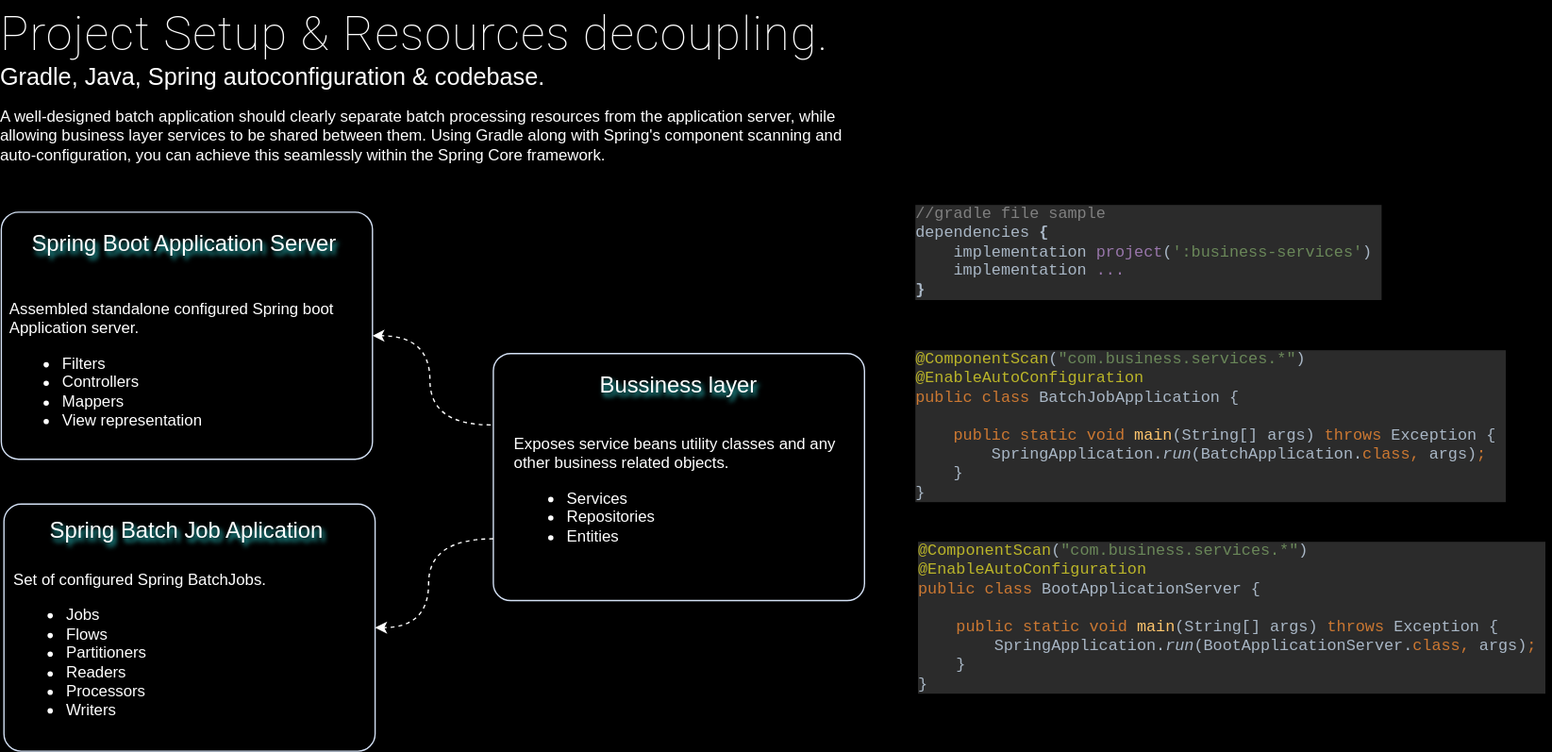
Earlier version of the draw.io export public/images/spring-batch-project-setup.drawio.svg (gsaukov/spring-batch-demo). Source tidied: cells renumbered, new cells last; positions are measured from the earlier drawing's top-left corner, leaving out a move shared by most shapes.
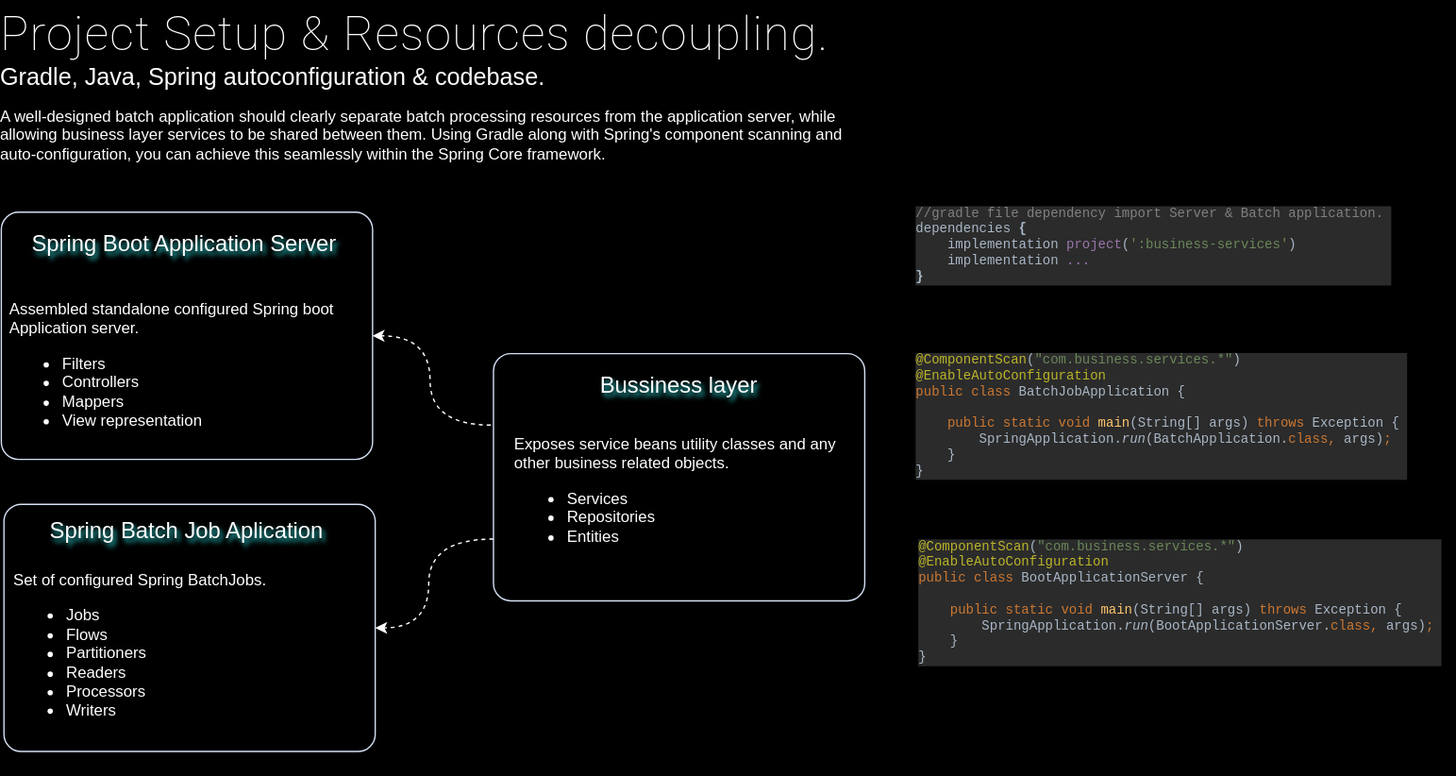
Above is the later version.

The edit, as a diff of the source:
```diff
@@ -35,7 +35,7 @@
       <mxGeometry x="20" y="377" width="242" height="50" as="geometry" />
     </mxCell>
     <mxCell id="11" value="&lt;p style=&quot;margin-top: 0px; margin-bottom: 0px;&quot;&gt;&lt;/p&gt;&lt;div&gt;Set of configured Spring BatchJobs.&lt;/div&gt;&lt;ul&gt;&lt;li&gt;Jobs&lt;/li&gt;&lt;li&gt;Flows&lt;/li&gt;&lt;li&gt;Partitioners&lt;/li&gt;&lt;li&gt;Readers&lt;/li&gt;&lt;li&gt;Processors&lt;/li&gt;&lt;li&gt;Writers&lt;/li&gt;&lt;/ul&gt;&lt;p&gt;&lt;/p&gt;" style="text;html=1;whiteSpace=wrap;overflow=hidden;rounded=0;fontColor=#FFFFFF;spacing=0;" parent="1" vertex="1">
-      <mxGeometry x="10" y="427" width="241.5" height="121" as="geometry" />
+      <mxGeometry x="10" y="427" width="241.5" height="155" as="geometry" />
     </mxCell>
     <mxCell id="12" value="&lt;h1 style=&quot;font-weight: 200; font-family: Roboto, &amp;quot;Helvetica Neue&amp;quot;, sans-serif; letter-spacing: 0.8px; background-color: rgb(0, 0, 0); margin-top: 0px; margin-bottom: 0px;&quot;&gt;Project Setup &amp;amp; Resources decoupling.&lt;/h1&gt;&lt;p style=&quot;margin-bottom: 0px; margin-top: 0px;&quot;&gt;Gradle, Java, Spring autoconfiguration &amp;amp; codebase.&lt;br style=&quot;font-size: 18px;&quot;&gt;&lt;/p&gt;" style="text;html=1;whiteSpace=wrap;overflow=hidden;rounded=0;fontColor=#FFFFFF;spacing=0;fontSize=18;" parent="1" vertex="1">
       <mxGeometry x="0.4" width="690.5" height="76" as="geometry" />
@@ -48,19 +48,19 @@
         </Array>
       </mxGeometry>
     </mxCell>
-    <mxCell id="14" value="&lt;div style=&quot;background-color: rgb(43, 43, 43);&quot;&gt;&lt;pre style=&quot;font-family: &amp;quot;JetBrains Mono&amp;quot;, monospace;&quot;&gt;&lt;span style=&quot;color: rgb(128, 128, 128);&quot;&gt;//gradle file sample&lt;br&gt;&lt;/span&gt;&lt;font color=&quot;#a9b7c6&quot;&gt;dependencies &lt;/font&gt;&lt;span style=&quot;color: rgb(169, 183, 198); font-weight: bold;&quot;&gt;{&lt;br&gt;&lt;/span&gt;&lt;span style=&quot;color: rgb(169, 183, 198); font-weight: bold;&quot;&gt;    &lt;/span&gt;&lt;font color=&quot;#a9b7c6&quot;&gt;implementation &lt;/font&gt;&lt;span style=&quot;color: rgb(152, 118, 170);&quot;&gt;project&lt;/span&gt;&lt;font color=&quot;#a9b7c6&quot;&gt;(&lt;/font&gt;&lt;span style=&quot;color: rgb(106, 135, 89);&quot;&gt;':business-services'&lt;/span&gt;&lt;font color=&quot;#a9b7c6&quot;&gt;) &lt;br&gt;    implementation &lt;/font&gt;&lt;font color=&quot;#9876aa&quot;&gt;...&lt;/font&gt;&lt;font color=&quot;#a9b7c6&quot;&gt;&lt;br&gt;&lt;/font&gt;&lt;span style=&quot;color: rgb(169, 183, 198); font-weight: bold;&quot;&gt;}&lt;/span&gt;&lt;/pre&gt;&lt;/div&gt;" style="text;whiteSpace=wrap;html=1;" parent="1" vertex="1">
-      <mxGeometry x="691" y="136" width="390" height="105" as="geometry" />
+    <mxCell id="14" value="&lt;div style=&quot;background-color: rgb(43, 43, 43); font-size: 10px;&quot;&gt;&lt;pre style=&quot;font-family: &amp;quot;JetBrains Mono&amp;quot;, monospace; font-size: 10px;&quot;&gt;&lt;span style=&quot;color: rgb(128, 128, 128); font-size: 10px;&quot;&gt;//gradle file dependency import Server &amp;amp; Batch application. &lt;br style=&quot;font-size: 10px;&quot;&gt;&lt;/span&gt;&lt;font style=&quot;font-size: 10px;&quot; color=&quot;#a9b7c6&quot;&gt;dependencies &lt;/font&gt;&lt;span style=&quot;color: rgb(169, 183, 198); font-weight: bold; font-size: 10px;&quot;&gt;{&lt;br style=&quot;font-size: 10px;&quot;&gt;&lt;/span&gt;&lt;span style=&quot;color: rgb(169, 183, 198); font-weight: bold; font-size: 10px;&quot;&gt;    &lt;/span&gt;&lt;font style=&quot;font-size: 10px;&quot; color=&quot;#a9b7c6&quot;&gt;implementation &lt;/font&gt;&lt;span style=&quot;color: rgb(152, 118, 170); font-size: 10px;&quot;&gt;project&lt;/span&gt;&lt;font style=&quot;font-size: 10px;&quot; color=&quot;#a9b7c6&quot;&gt;(&lt;/font&gt;&lt;span style=&quot;color: rgb(106, 135, 89); font-size: 10px;&quot;&gt;':business-services'&lt;/span&gt;&lt;font style=&quot;font-size: 10px;&quot; color=&quot;#a9b7c6&quot;&gt;) &lt;br style=&quot;font-size: 10px;&quot;&gt;    implementation &lt;/font&gt;&lt;font style=&quot;font-size: 10px;&quot; color=&quot;#9876aa&quot;&gt;...&lt;/font&gt;&lt;font style=&quot;font-size: 10px;&quot; color=&quot;#a9b7c6&quot;&gt;&lt;br style=&quot;font-size: 10px;&quot;&gt;&lt;/font&gt;&lt;span style=&quot;color: rgb(169, 183, 198); font-weight: bold; font-size: 10px;&quot;&gt;}&lt;/span&gt;&lt;/pre&gt;&lt;/div&gt;" style="text;whiteSpace=wrap;html=1;fontSize=10;" parent="1" vertex="1">
+      <mxGeometry x="691" y="139" width="411" height="105" as="geometry" />
     </mxCell>
     <mxCell id="15" style="edgeStyle=orthogonalEdgeStyle;rounded=0;jettySize=auto;html=1;" parent="1" edge="1" target="14">
       <mxGeometry relative="1" as="geometry">
         <mxPoint x="1041.5" y="285" as="sourcePoint" />
       </mxGeometry>
     </mxCell>
-    <mxCell id="16" value="&lt;div style=&quot;background-color:#2b2b2b;color:#a9b7c6&quot;&gt;&lt;pre style=&quot;font-family:'JetBrains Mono',monospace;font-size:9,8pt;&quot;&gt;&lt;span style=&quot;color:#bbb529;&quot;&gt;@ComponentScan&lt;/span&gt;(&lt;span style=&quot;color:#6a8759;&quot;&gt;&quot;com.business.services.*&quot;&lt;/span&gt;)&lt;br&gt;&lt;span style=&quot;color:#bbb529;&quot;&gt;@EnableAutoConfiguration&lt;br&gt;&lt;/span&gt;&lt;span style=&quot;color:#cc7832;&quot;&gt;public class &lt;/span&gt;BatchJobApplication {&lt;br&gt;&lt;br&gt;    &lt;span style=&quot;color:#cc7832;&quot;&gt;public static void &lt;/span&gt;&lt;span style=&quot;color:#ffc66d;&quot;&gt;main&lt;/span&gt;(String[] args) &lt;span style=&quot;color:#cc7832;&quot;&gt;throws &lt;/span&gt;Exception { &lt;br&gt;        SpringApplication.&lt;span style=&quot;font-style:italic;&quot;&gt;run&lt;/span&gt;(BatchApplication.&lt;span style=&quot;color:#cc7832;&quot;&gt;class, &lt;/span&gt;args)&lt;span style=&quot;color:#cc7832;&quot;&gt;;&lt;br&gt;&lt;/span&gt;&lt;span style=&quot;color:#cc7832;&quot;&gt;    &lt;/span&gt;}&lt;br&gt;}&lt;/pre&gt;&lt;/div&gt;" style="text;whiteSpace=wrap;html=1;" parent="1" vertex="1">
-      <mxGeometry x="691" y="246" width="469" height="161" as="geometry" />
+    <mxCell id="16" value="&lt;div style=&quot;background-color: rgb(43, 43, 43); color: rgb(169, 183, 198); font-size: 10px;&quot;&gt;&lt;pre style=&quot;font-family: &amp;quot;JetBrains Mono&amp;quot;, monospace; font-size: 10px;&quot;&gt;&lt;span style=&quot;color: rgb(187, 181, 41); font-size: 10px;&quot;&gt;@ComponentScan&lt;/span&gt;(&lt;span style=&quot;color: rgb(106, 135, 89); font-size: 10px;&quot;&gt;&quot;com.business.services.*&quot;&lt;/span&gt;)&lt;br style=&quot;font-size: 10px;&quot;&gt;&lt;span style=&quot;color: rgb(187, 181, 41); font-size: 10px;&quot;&gt;@EnableAutoConfiguration&lt;br style=&quot;font-size: 10px;&quot;&gt;&lt;/span&gt;&lt;span style=&quot;color: rgb(204, 120, 50); font-size: 10px;&quot;&gt;public class &lt;/span&gt;BatchJobApplication {&lt;br style=&quot;font-size: 10px;&quot;&gt;&lt;br style=&quot;font-size: 10px;&quot;&gt;    &lt;span style=&quot;color: rgb(204, 120, 50); font-size: 10px;&quot;&gt;public static void &lt;/span&gt;&lt;span style=&quot;color: rgb(255, 198, 109); font-size: 10px;&quot;&gt;main&lt;/span&gt;(String[] args) &lt;span style=&quot;color: rgb(204, 120, 50); font-size: 10px;&quot;&gt;throws &lt;/span&gt;Exception { &lt;br style=&quot;font-size: 10px;&quot;&gt;        SpringApplication.&lt;span style=&quot;font-style: italic; font-size: 10px;&quot;&gt;run&lt;/span&gt;(BatchApplication.&lt;span style=&quot;color: rgb(204, 120, 50); font-size: 10px;&quot;&gt;class, &lt;/span&gt;args)&lt;span style=&quot;color: rgb(204, 120, 50); font-size: 10px;&quot;&gt;;&lt;br style=&quot;font-size: 10px;&quot;&gt;&lt;/span&gt;&lt;span style=&quot;color: rgb(204, 120, 50); font-size: 10px;&quot;&gt;    &lt;/span&gt;}&lt;br style=&quot;font-size: 10px;&quot;&gt;}&lt;/pre&gt;&lt;/div&gt;" style="text;whiteSpace=wrap;html=1;fontSize=10;" parent="1" vertex="1">
+      <mxGeometry x="691" y="250" width="401" height="131" as="geometry" />
     </mxCell>
-    <mxCell id="17" value="&lt;div style=&quot;background-color:#2b2b2b;color:#a9b7c6&quot;&gt;&lt;pre style=&quot;font-family:'JetBrains Mono',monospace;font-size:9,8pt;&quot;&gt;&lt;span style=&quot;color:#bbb529;&quot;&gt;@ComponentScan&lt;/span&gt;(&lt;span style=&quot;color:#6a8759;&quot;&gt;&quot;com.business.services.*&quot;&lt;/span&gt;)&lt;br&gt;&lt;span style=&quot;color:#bbb529;&quot;&gt;@EnableAutoConfiguration&lt;br&gt;&lt;/span&gt;&lt;span style=&quot;color:#cc7832;&quot;&gt;public class &lt;/span&gt;BootApplicationServer {&lt;br&gt;&lt;br&gt;    &lt;span style=&quot;color:#cc7832;&quot;&gt;public static void &lt;/span&gt;&lt;span style=&quot;color:#ffc66d;&quot;&gt;main&lt;/span&gt;(String[] args) &lt;span style=&quot;color:#cc7832;&quot;&gt;throws &lt;/span&gt;Exception {&lt;br&gt;        SpringApplication.&lt;span style=&quot;font-style:italic;&quot;&gt;run&lt;/span&gt;(BootApplicationServer.&lt;span style=&quot;white-space: normal; color: rgb(204, 120, 50);&quot;&gt;class, &lt;/span&gt;&lt;span style=&quot;white-space: normal;&quot;&gt;args)&lt;/span&gt;&lt;span style=&quot;white-space: normal; color: rgb(204, 120, 50);&quot;&gt;;&amp;nbsp;&lt;/span&gt;&lt;br&gt;&lt;span style=&quot;color:#cc7832;&quot;&gt;    &lt;/span&gt;}&lt;br&gt;}&lt;/pre&gt;&lt;/div&gt;" style="text;whiteSpace=wrap;html=1;" parent="1" vertex="1">
-      <mxGeometry x="693" y="391" width="482" height="161" as="geometry" />
+    <mxCell id="17" value="&lt;div style=&quot;background-color: rgb(43, 43, 43); color: rgb(169, 183, 198); font-size: 10px;&quot;&gt;&lt;pre style=&quot;font-family: &amp;quot;JetBrains Mono&amp;quot;, monospace; font-size: 10px;&quot;&gt;&lt;span style=&quot;color: rgb(187, 181, 41); font-size: 10px;&quot;&gt;@ComponentScan&lt;/span&gt;(&lt;span style=&quot;color: rgb(106, 135, 89); font-size: 10px;&quot;&gt;&quot;com.business.services.*&quot;&lt;/span&gt;)&lt;br style=&quot;font-size: 10px;&quot;&gt;&lt;span style=&quot;color: rgb(187, 181, 41); font-size: 10px;&quot;&gt;@EnableAutoConfiguration&lt;br style=&quot;font-size: 10px;&quot;&gt;&lt;/span&gt;&lt;span style=&quot;color: rgb(204, 120, 50); font-size: 10px;&quot;&gt;public class &lt;/span&gt;BootApplicationServer {&lt;br style=&quot;font-size: 10px;&quot;&gt;&lt;br style=&quot;font-size: 10px;&quot;&gt;    &lt;span style=&quot;color: rgb(204, 120, 50); font-size: 10px;&quot;&gt;public static void &lt;/span&gt;&lt;span style=&quot;color: rgb(255, 198, 109); font-size: 10px;&quot;&gt;main&lt;/span&gt;(String[] args) &lt;span style=&quot;color: rgb(204, 120, 50); font-size: 10px;&quot;&gt;throws &lt;/span&gt;Exception {&lt;br style=&quot;font-size: 10px;&quot;&gt;        SpringApplication.&lt;span style=&quot;font-style: italic; font-size: 10px;&quot;&gt;run&lt;/span&gt;(BootApplicationServer.&lt;span style=&quot;white-space: normal; color: rgb(204, 120, 50); font-size: 10px;&quot;&gt;class, &lt;/span&gt;&lt;span style=&quot;white-space: normal; font-size: 10px;&quot;&gt;args)&lt;/span&gt;&lt;span style=&quot;white-space: normal; color: rgb(204, 120, 50); font-size: 10px;&quot;&gt;;&amp;nbsp;&lt;/span&gt;&lt;br style=&quot;font-size: 10px;&quot;&gt;&lt;span style=&quot;color: rgb(204, 120, 50); font-size: 10px;&quot;&gt;    &lt;/span&gt;}&lt;br style=&quot;font-size: 10px;&quot;&gt;}&lt;/pre&gt;&lt;/div&gt;" style="text;whiteSpace=wrap;html=1;fontSize=10;" parent="1" vertex="1">
+      <mxGeometry x="693" y="391" width="409" height="137" as="geometry" />
     </mxCell>
     <mxCell id="18" value="A well-designed batch application should clearly separate batch processing resources from the application server, while allowing business layer services to be shared between them. Using Gradle along with Spring's component scanning and auto-configuration, you can achieve this seamlessly within the Spring Core framework." style="text;html=1;whiteSpace=wrap;overflow=hidden;rounded=0;fontColor=#FFFFFF;spacing=0;" parent="1" vertex="1">
       <mxGeometry x="0.4" y="76" width="641.5" height="56" as="geometry" />
```
